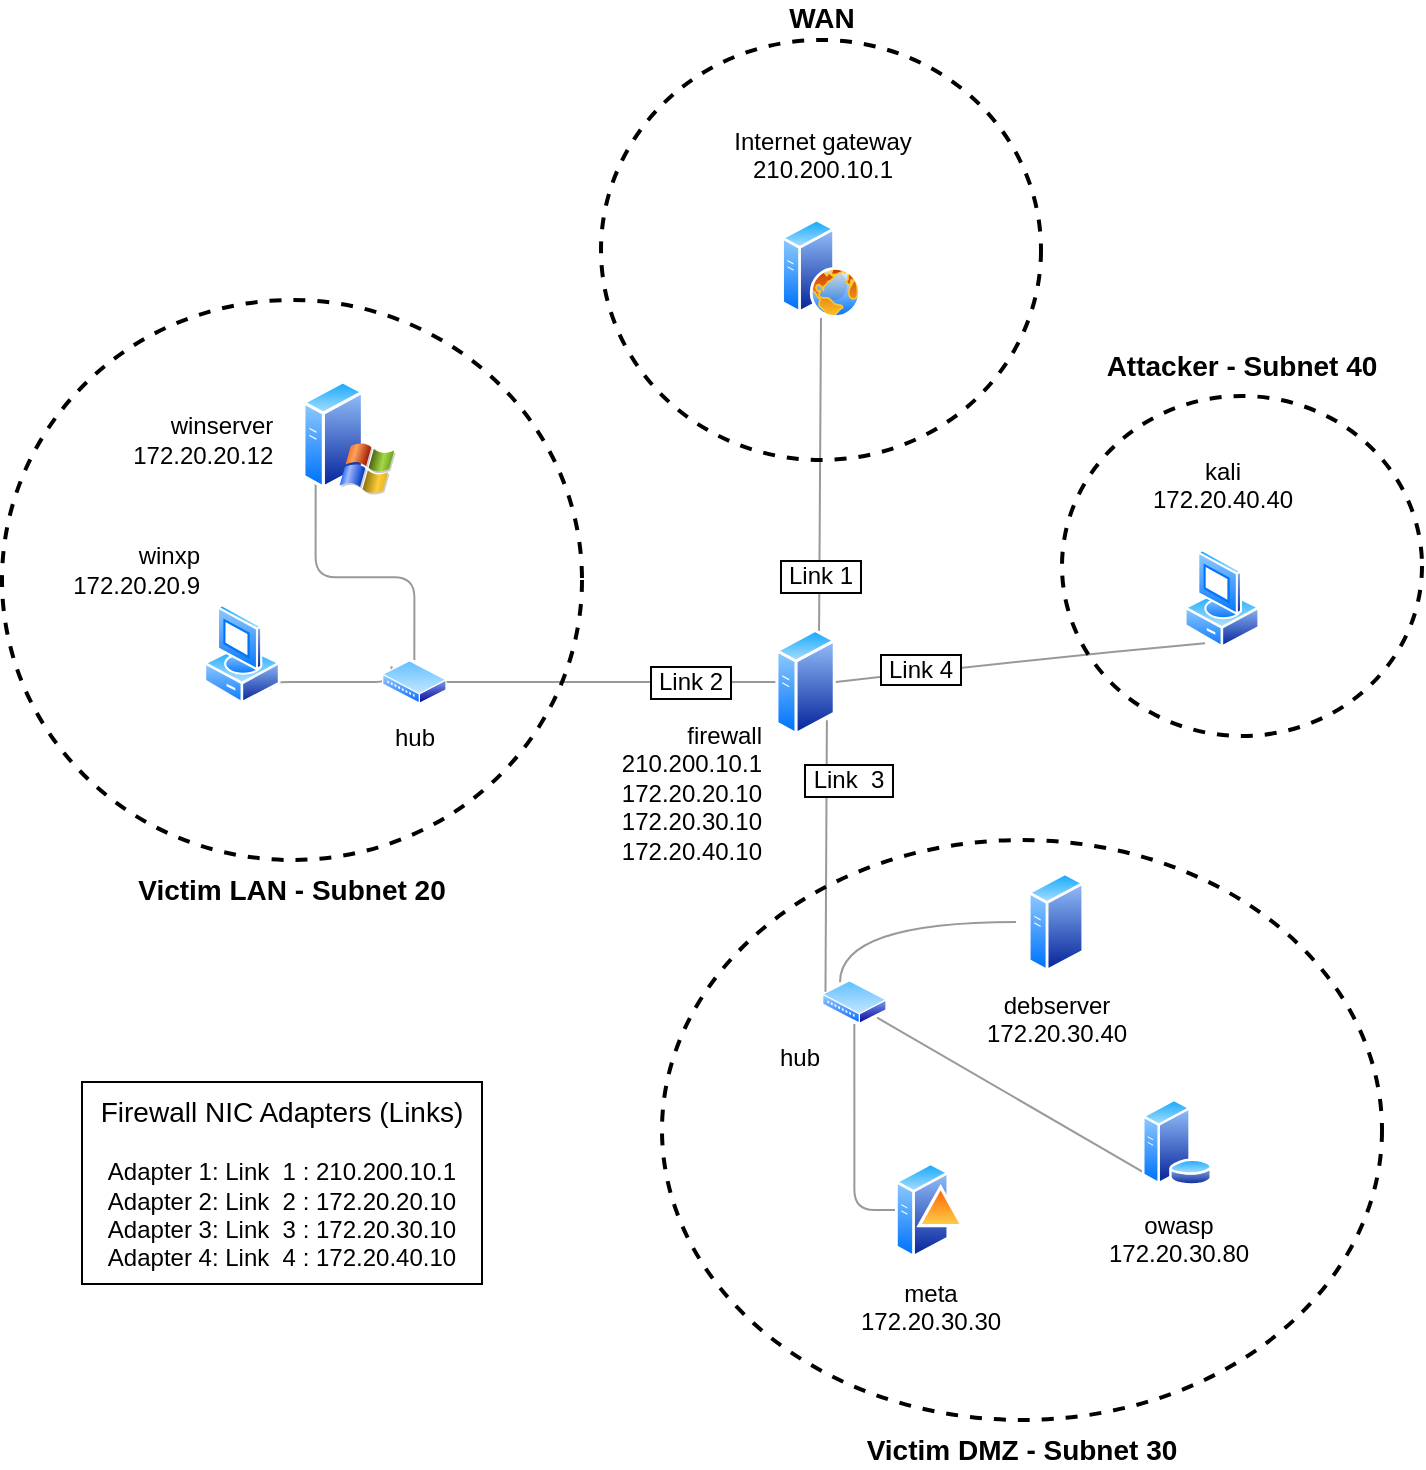
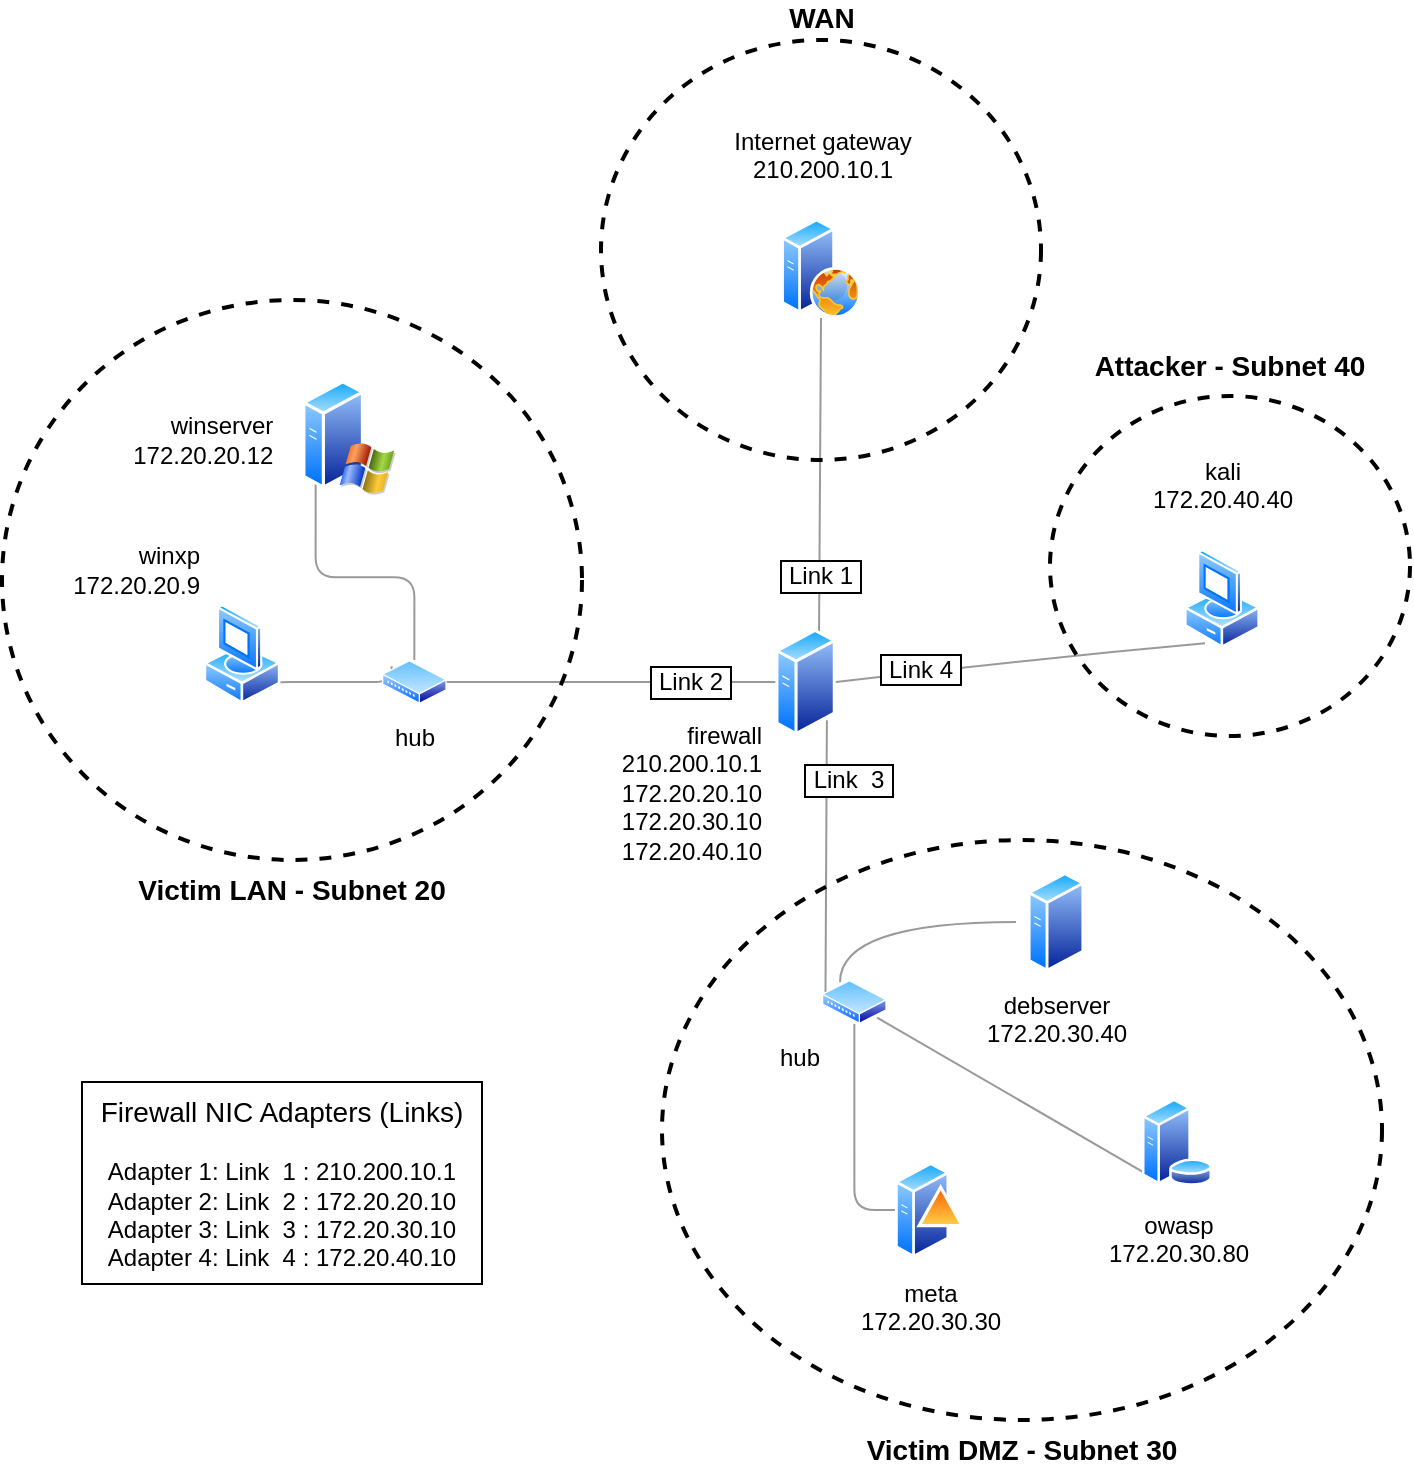
<mxfile host="app.diagrams.net">
  <diagram name="Seite-1" id="sI0nA2FEwm0xv5wlwKVV">
    <mxGraphModel dx="1940" dy="763" grid="1" gridSize="10" guides="1" tooltips="1" connect="1" arrows="1" fold="1" page="1" pageScale="1" pageWidth="827" pageHeight="1169" math="0" shadow="0">
      <root>
        <mxCell id="0" />
        <mxCell id="1" parent="0" />
        <mxCell id="a0UQNTms_buoy0jP--Xc-48" parent="1" style="ellipse;whiteSpace=wrap;html=1;fillColor=none;strokeWidth=2;labelPosition=center;verticalLabelPosition=top;align=center;verticalAlign=bottom;fontSize=14;fontStyle=1;dashed=1;strokeColor=light-dark(#000000,#FFF2CC);fontColor=light-dark(#000000,#FFF2CC);spacingTop=-1;spacingBottom=4;" value="Attacker - Subnet 40" vertex="1">
-           <mxGeometry height="170" width="180" x="510" y="228" as="geometry" />
+           <mxGeometry height="170" width="180" x="504" y="228" as="geometry" />
        </mxCell>
        <mxCell id="eCaSIDYicL7Bv3XTQ8XW-33" parent="1" style="ellipse;whiteSpace=wrap;html=1;fillColor=none;strokeWidth=2;labelPosition=center;verticalLabelPosition=top;align=center;verticalAlign=bottom;fontSize=14;fontStyle=1;dashed=1;strokeColor=light-dark(#000000,#FFF2CC);fontColor=light-dark(#000000,#FFF2CC);" value="WAN" vertex="1">
          <mxGeometry height="210" width="220" x="279.5" y="50" as="geometry" />
        </mxCell>
        <mxCell id="eCaSIDYicL7Bv3XTQ8XW-30" parent="1" style="ellipse;whiteSpace=wrap;html=1;fillColor=none;strokeWidth=2;labelPosition=center;verticalLabelPosition=bottom;align=center;verticalAlign=top;fontSize=14;fontStyle=1;dashed=1;strokeColor=light-dark(#000000,#FFF2CC);fontColor=light-dark(#000000,#FFF2CC);labelBorderColor=none;spacingTop=0;spacingBottom=7;" value="Victim DMZ - Subnet 30" vertex="1">
          <mxGeometry height="290" width="360" x="310" y="450" as="geometry" />
        </mxCell>
        <mxCell id="eCaSIDYicL7Bv3XTQ8XW-29" parent="1" style="ellipse;whiteSpace=wrap;html=1;fillColor=none;strokeWidth=2;labelPosition=center;verticalLabelPosition=bottom;align=center;verticalAlign=top;fontSize=14;fontStyle=1;dashed=1;strokeColor=light-dark(#000000,#FFF2CC);fontColor=light-dark(#000000,#FFF2CC);" value="Victim LAN - Subnet 20" vertex="1">
          <mxGeometry height="280" width="290" x="-20" y="180" as="geometry" />
        </mxCell>
        <mxCell id="eCaSIDYicL7Bv3XTQ8XW-1" parent="1" style="aspect=fixed;html=1;align=center;shadow=0;dashed=0;spacingTop=3;image=img/lib/active_directory/web_server.svg;labelPosition=center;verticalLabelPosition=top;verticalAlign=bottom;labelBackgroundColor=none;fontColor=light-dark(#000000,#FFFFFF);fontSize=12;shape=image;perimeter=ellipsePerimeter;" value="Internet gateway&lt;div&gt;210.200.10.1&lt;br&gt;&lt;br&gt;&lt;/div&gt;" vertex="1">
          <mxGeometry height="49.77" width="79" x="350" y="139.23000000000002" as="geometry" />
        </mxCell>
        <mxCell id="a0UQNTms_buoy0jP--Xc-31" edge="1" parent="1" source="eCaSIDYicL7Bv3XTQ8XW-10" style="rounded=0;orthogonalLoop=1;jettySize=auto;html=1;exitX=0.75;exitY=0;exitDx=0;exitDy=0;endArrow=none;endFill=0;curved=1;opacity=40;fontSize=12;labelBorderColor=light-dark(#000000,#FFB366);spacingLeft=-1;sourcePerimeterSpacing=0;startSize=6;spacingTop=100;entryX=0.5;entryY=1;entryDx=0;entryDy=0;" target="eCaSIDYicL7Bv3XTQ8XW-1" value="&lt;span&gt;&amp;nbsp;Link 1&amp;nbsp;&lt;/span&gt;">
          <mxGeometry relative="1" x="0.0031" as="geometry">
            <mxPoint as="offset" />
            <Array as="points" />
            <mxPoint x="400" y="150" as="targetPoint" />
          </mxGeometry>
        </mxCell>
        <mxCell id="eCaSIDYicL7Bv3XTQ8XW-10" parent="1" style="image;aspect=fixed;perimeter=ellipsePerimeter;html=1;align=right;shadow=0;dashed=0;spacingTop=-10;image=img/lib/active_directory/generic_server.svg;fontSize=12;labelPosition=left;verticalLabelPosition=bottom;verticalAlign=top;spacingLeft=0;spacingRight=10;spacingBottom=0;spacing=-2;labelBackgroundColor=none;" value="firewall&lt;div&gt;210.200.10.1&lt;br&gt;172.20.20.10&lt;br&gt;172.20.30.10&lt;br&gt;172.20.40.10&lt;/div&gt;" vertex="1">
          <mxGeometry height="54" width="30.24" x="366.68" y="344" as="geometry" />
        </mxCell>
        <mxCell id="a0UQNTms_buoy0jP--Xc-1" edge="1" parent="1" source="eCaSIDYicL7Bv3XTQ8XW-17" style="edgeStyle=orthogonalEdgeStyle;rounded=0;orthogonalLoop=1;jettySize=auto;html=1;exitX=0;exitY=0.5;exitDx=0;exitDy=0;entryX=0.25;entryY=0;entryDx=0;entryDy=0;endArrow=none;endFill=0;curved=1;opacity=40;" target="eCaSIDYicL7Bv3XTQ8XW-35">
          <mxGeometry relative="1" as="geometry" />
        </mxCell>
        <mxCell id="eCaSIDYicL7Bv3XTQ8XW-17" parent="1" style="aspect=fixed;html=1;align=center;shadow=0;dashed=0;spacingTop=3;image=img/lib/active_directory/generic_server.svg;shape=image;labelBackgroundColor=none;verticalAlign=top;verticalLabelPosition=bottom;perimeter=ellipsePerimeter;" value="debserver&lt;div&gt;172.20.30.40&lt;/div&gt;" vertex="1">
          <mxGeometry height="50" width="40" x="487" y="466" as="geometry" />
        </mxCell>
        <mxCell id="a0UQNTms_buoy0jP--Xc-3" edge="1" parent="1" source="eCaSIDYicL7Bv3XTQ8XW-18" style="rounded=0;orthogonalLoop=1;jettySize=auto;html=1;exitX=0;exitY=1;exitDx=0;exitDy=0;entryX=1;entryY=1;entryDx=0;entryDy=0;endArrow=none;endFill=0;opacity=40;" target="eCaSIDYicL7Bv3XTQ8XW-35">
          <mxGeometry relative="1" as="geometry" />
        </mxCell>
        <mxCell id="eCaSIDYicL7Bv3XTQ8XW-18" parent="1" style="aspect=fixed;html=1;align=center;shadow=0;dashed=0;spacingTop=3;image=img/lib/active_directory/database_server.svg;shape=image;labelBackgroundColor=none;verticalAlign=top;verticalLabelPosition=bottom;perimeter=ellipsePerimeter;" value="owasp&lt;div&gt;172.20.30.80&lt;/div&gt;" vertex="1">
          <mxGeometry height="50" width="35" x="550" y="575.9999999999999" as="geometry" />
        </mxCell>
        <mxCell id="a0UQNTms_buoy0jP--Xc-2" edge="1" parent="1" source="eCaSIDYicL7Bv3XTQ8XW-19" style="edgeStyle=orthogonalEdgeStyle;rounded=1;orthogonalLoop=1;jettySize=auto;html=1;exitX=0;exitY=0.5;exitDx=0;exitDy=0;entryX=0.5;entryY=1;entryDx=0;entryDy=0;endArrow=none;endFill=0;curved=0;opacity=40;" target="eCaSIDYicL7Bv3XTQ8XW-35">
          <mxGeometry relative="1" as="geometry" />
        </mxCell>
        <mxCell id="eCaSIDYicL7Bv3XTQ8XW-19" parent="1" style="aspect=fixed;html=1;align=center;shadow=0;dashed=0;spacingTop=3;image=img/lib/active_directory/domain_controller.svg;shape=image;labelBackgroundColor=none;verticalAlign=top;verticalLabelPosition=bottom;perimeter=ellipsePerimeter;" value="meta&lt;div&gt;172.20.30.30&lt;/div&gt;" vertex="1">
          <mxGeometry height="50" width="35" x="426.5" y="609.9999999999999" as="geometry" />
        </mxCell>
        <mxCell id="eCaSIDYicL7Bv3XTQ8XW-39" edge="1" parent="1" source="eCaSIDYicL7Bv3XTQ8XW-20" style="edgeStyle=orthogonalEdgeStyle;rounded=1;orthogonalLoop=1;jettySize=auto;html=1;exitX=1;exitY=1;exitDx=0;exitDy=0;entryX=0;entryY=0;entryDx=0;entryDy=0;curved=0;endArrow=none;endFill=0;opacity=40;" target="eCaSIDYicL7Bv3XTQ8XW-36">
          <mxGeometry relative="1" as="geometry">
            <Array as="points">
              <mxPoint x="114" y="371" />
              <mxPoint x="175" y="371" />
            </Array>
          </mxGeometry>
        </mxCell>
        <mxCell id="eCaSIDYicL7Bv3XTQ8XW-20" parent="1" style="aspect=fixed;html=1;align=right;shadow=0;dashed=0;spacingTop=3;image=img/lib/active_directory/vista_client.svg;shape=image;labelBackgroundColor=none;verticalAlign=bottom;verticalLabelPosition=top;perimeter=ellipsePerimeter;labelPosition=left;" value="winxp&lt;div&gt;172.20.20.9&lt;/div&gt;" vertex="1">
          <mxGeometry height="50" width="40" x="80" y="332" as="geometry" />
        </mxCell>
        <mxCell id="eCaSIDYicL7Bv3XTQ8XW-40" edge="1" parent="1" source="eCaSIDYicL7Bv3XTQ8XW-21" style="edgeStyle=orthogonalEdgeStyle;rounded=1;orthogonalLoop=1;jettySize=auto;html=1;exitX=0;exitY=1;exitDx=0;exitDy=0;entryX=0.5;entryY=0;entryDx=0;entryDy=0;endArrow=none;endFill=0;curved=0;opacity=40;" target="eCaSIDYicL7Bv3XTQ8XW-36">
          <mxGeometry relative="1" as="geometry" />
        </mxCell>
        <mxCell id="eCaSIDYicL7Bv3XTQ8XW-21" parent="1" style="aspect=fixed;html=1;align=right;shadow=0;dashed=0;spacingTop=3;image=img/lib/active_directory/windows_server_2.svg;shape=image;labelBackgroundColor=none;verticalAlign=middle;verticalLabelPosition=middle;perimeter=ellipsePerimeter;labelPosition=left;" value="winserver&amp;nbsp; &amp;nbsp;&amp;nbsp;&lt;div&gt;172.20.20.12&amp;nbsp; &amp;nbsp;&amp;nbsp;&lt;/div&gt;" vertex="1">
          <mxGeometry height="57.32" width="47" x="130" y="220" as="geometry" />
        </mxCell>
        <mxCell id="a0UQNTms_buoy0jP--Xc-6" edge="1" parent="1" source="eCaSIDYicL7Bv3XTQ8XW-26" style="rounded=0;orthogonalLoop=1;jettySize=auto;html=1;entryX=1;entryY=0.5;entryDx=0;entryDy=0;endArrow=none;endFill=0;opacity=40;curved=1;exitX=0.25;exitY=1;exitDx=0;exitDy=0;fontSize=12;labelPosition=center;verticalLabelPosition=top;align=center;verticalAlign=bottom;labelBorderColor=light-dark(#000000,#FFB366);textShadow=0;sourcePerimeterSpacing=0;spacingTop=0;spacingLeft=-100;spacingBottom=-15;labelBackgroundColor=default;" target="eCaSIDYicL7Bv3XTQ8XW-10" value="&amp;nbsp;Link 4&amp;nbsp;">
          <mxGeometry relative="1" as="geometry">
            <Array as="points">
              <mxPoint x="490" y="360" />
            </Array>
            <mxPoint x="556.9099999999999" y="263" as="sourcePoint" />
          </mxGeometry>
        </mxCell>
        <mxCell id="eCaSIDYicL7Bv3XTQ8XW-26" parent="1" style="image;aspect=fixed;perimeter=ellipsePerimeter;html=1;align=center;shadow=0;dashed=0;spacingTop=3;image=img/lib/active_directory/vista_client.svg;labelPosition=center;verticalLabelPosition=top;verticalAlign=bottom;labelBackgroundColor=none;" value="kali&lt;div&gt;172.20.40.40&lt;br&gt;&lt;br&gt;&lt;/div&gt;" vertex="1">
          <mxGeometry height="50" width="38" x="571" y="304.32" as="geometry" />
        </mxCell>
        <mxCell id="a0UQNTms_buoy0jP--Xc-4" edge="1" parent="1" source="eCaSIDYicL7Bv3XTQ8XW-35" style="rounded=1;orthogonalLoop=1;jettySize=auto;html=1;exitX=0;exitY=0.25;exitDx=0;exitDy=0;endArrow=none;endFill=0;opacity=40;entryX=1;entryY=1;entryDx=0;entryDy=0;fontSize=12;labelBorderColor=light-dark(#000000,#FFB366);spacingLeft=21;spacingBottom=77;" target="eCaSIDYicL7Bv3XTQ8XW-10" value="&amp;nbsp;Link&amp;nbsp; 3&amp;nbsp;">
          <mxGeometry relative="1" x="0.0035" as="geometry">
            <mxPoint as="offset" />
            <mxPoint x="370.0000000000001" y="429.9999999999999" as="targetPoint" />
          </mxGeometry>
        </mxCell>
        <mxCell id="eCaSIDYicL7Bv3XTQ8XW-35" parent="1" style="image;aspect=fixed;perimeter=ellipsePerimeter;html=1;align=right;shadow=0;dashed=0;spacingTop=3;image=img/lib/active_directory/wiring_hub.svg;labelPosition=left;verticalLabelPosition=bottom;verticalAlign=top;" value="hub" vertex="1">
          <mxGeometry height="22" width="32.35" x="390" y="519.9999999999999" as="geometry" />
        </mxCell>
        <mxCell id="eCaSIDYicL7Bv3XTQ8XW-36" parent="1" style="image;aspect=fixed;perimeter=ellipsePerimeter;html=1;align=center;shadow=0;dashed=0;spacingTop=3;image=img/lib/active_directory/wiring_hub.svg;" value="hub" vertex="1">
          <mxGeometry height="22" width="32.35" x="170" y="360" as="geometry" />
        </mxCell>
        <mxCell id="a0UQNTms_buoy0jP--Xc-5" edge="1" parent="1" source="eCaSIDYicL7Bv3XTQ8XW-36" style="edgeStyle=orthogonalEdgeStyle;rounded=0;orthogonalLoop=1;jettySize=auto;html=1;exitX=1;exitY=0.5;exitDx=0;exitDy=0;endArrow=none;endFill=0;entryX=0;entryY=0.5;entryDx=0;entryDy=0;opacity=40;fontSize=12;labelBorderColor=light-dark(#000000,#FFB366);spacingLeft=80;" target="eCaSIDYicL7Bv3XTQ8XW-10" value="&amp;nbsp;Link 2&amp;nbsp;">
          <mxGeometry relative="1" as="geometry">
            <mxPoint x="380" y="370" as="targetPoint" />
          </mxGeometry>
        </mxCell>
        <mxCell id="a0UQNTms_buoy0jP--Xc-8" edge="1" parent="1" source="eCaSIDYicL7Bv3XTQ8XW-33" style="edgeStyle=orthogonalEdgeStyle;rounded=0;orthogonalLoop=1;jettySize=auto;html=1;exitX=0.5;exitY=1;exitDx=0;exitDy=0;" target="eCaSIDYicL7Bv3XTQ8XW-33">
          <mxGeometry relative="1" as="geometry" />
        </mxCell>
        <mxCell id="a0UQNTms_buoy0jP--Xc-45" parent="1" style="text;html=1;whiteSpace=wrap;strokeColor=light-dark(#000000,#FFB366);fillColor=none;align=center;verticalAlign=middle;rounded=0;labelPosition=center;verticalLabelPosition=middle;perimeterSpacing=2;labelBorderColor=none;" value="&lt;font style=&quot;font-size: 14px;&quot;&gt;Firewall NIC Adapters (Links)&lt;/font&gt;&lt;br&gt;&lt;div&gt;&lt;br&gt;&lt;/div&gt;&lt;div&gt;Adapter 1: Link&amp;nbsp; 1 : 210.200.10.1&lt;br&gt;Adapter 2: Link&amp;nbsp; 2 : 172.20.20.10&lt;/div&gt;&lt;div&gt;Adapter 3: Link&amp;nbsp; 3 : 172.20.30.10&lt;br&gt;Adapter 4: Link&amp;nbsp; 4 : 172.20.40.10&lt;/div&gt;" vertex="1">
          <mxGeometry height="101" width="200" x="20" y="571" as="geometry" />
        </mxCell>
        <mxCell id="a0UQNTms_buoy0jP--Xc-49" edge="1" parent="1" source="eCaSIDYicL7Bv3XTQ8XW-30" style="edgeStyle=orthogonalEdgeStyle;rounded=0;orthogonalLoop=1;jettySize=auto;html=1;exitX=0.5;exitY=1;exitDx=0;exitDy=0;" target="eCaSIDYicL7Bv3XTQ8XW-30">
          <mxGeometry relative="1" as="geometry" />
        </mxCell>
      </root>
    </mxGraphModel>
  </diagram>
</mxfile>
